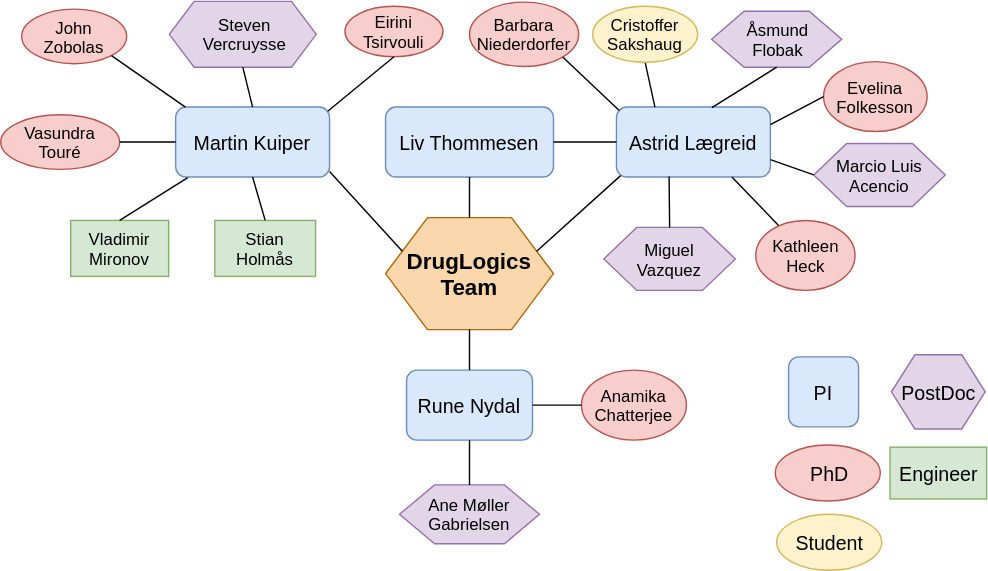
This is img/druglogics/druglogics_org.svg from bblodfon/r-pres, a draw.io export, as it was before one commit. Source tidied: cells renumbered, new cells last; positions are measured from the earlier drawing's top-left corner, leaving out a move shared by most shapes.
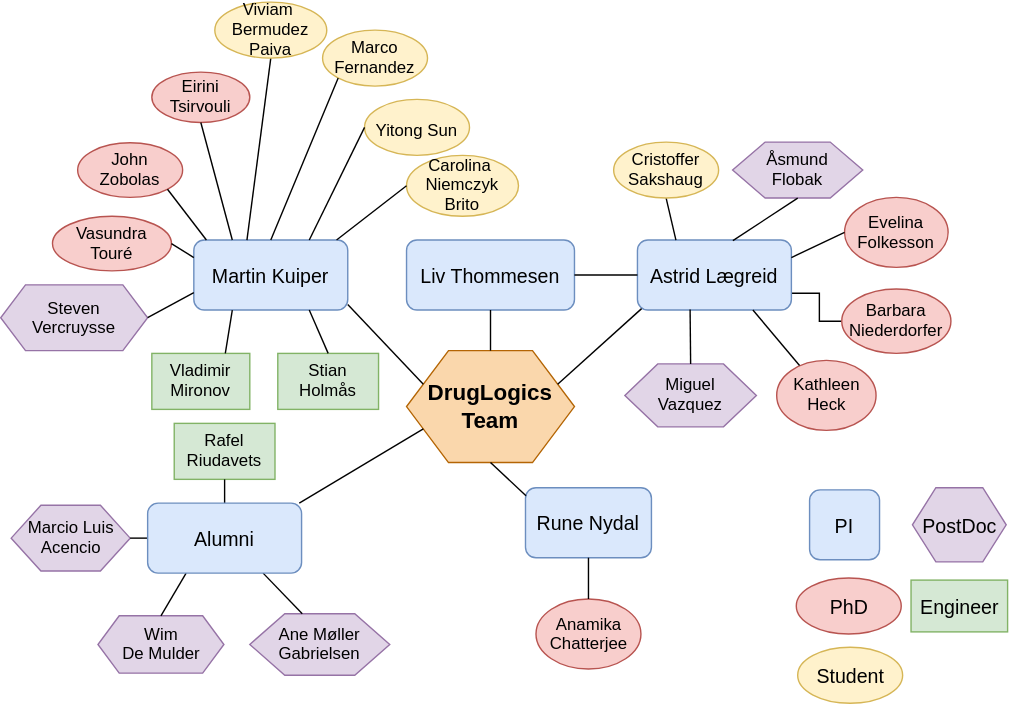
Above is the later version.

The edit, as a diff of the source:
```diff
@@ -15,22 +15,25 @@
       <mxGeometry x="636.5" y="253" width="67" height="53" as="geometry" />
     </mxCell>
     <mxCell id="6" value="&lt;font style=&quot;font-size: 14px&quot;&gt;Rune Nydal&lt;/font&gt;" style="rounded=1;whiteSpace=wrap;html=1;fillColor=#dae8fc;strokeColor=#6c8ebf;" parent="1" vertex="1">
-      <mxGeometry x="290" y="264" width="90" height="50" as="geometry" />
+      <mxGeometry x="360" y="253" width="90" height="50" as="geometry" />
     </mxCell>
     <mxCell id="7" value="&lt;font style=&quot;font-size: 14px&quot;&gt;Liv Thommesen&lt;/font&gt;" style="rounded=1;whiteSpace=wrap;html=1;fillColor=#dae8fc;strokeColor=#6c8ebf;" parent="1" vertex="1">
       <mxGeometry x="275" y="76" width="120" height="50" as="geometry" />
     </mxCell>
+    <mxCell id="36" style="edgeStyle=orthogonalEdgeStyle;rounded=0;jettySize=auto;html=1;exitX=1;exitY=0.75;exitDx=0;exitDy=0;entryX=0;entryY=0.5;entryDx=0;entryDy=0;endArrow=none;endFill=0;" parent="1" edge="1" source="8" target="20">
+      <mxGeometry relative="1" as="geometry" />
+    </mxCell>
     <mxCell id="8" value="&lt;font style=&quot;font-size: 14px&quot;&gt;Astrid&amp;nbsp;Lægreid&lt;/font&gt;" style="rounded=1;whiteSpace=wrap;html=1;fillColor=#dae8fc;strokeColor=#6c8ebf;" parent="1" vertex="1">
       <mxGeometry x="440" y="76" width="110" height="50" as="geometry" />
     </mxCell>
     <mxCell id="9" value="&lt;font style=&quot;font-size: 14px&quot;&gt;Martin Kuiper&lt;/font&gt;" style="rounded=1;whiteSpace=wrap;html=1;fillColor=#dae8fc;strokeColor=#6c8ebf;" parent="1" vertex="1">
-      <mxGeometry x="125" y="76" width="110" height="50" as="geometry" />
+      <mxGeometry x="123" y="76" width="110" height="50" as="geometry" />
     </mxCell>
     <mxCell id="10" value="&lt;font style=&quot;font-size: 12px;&quot;&gt;Stian Holmås&lt;/font&gt;" style="rounded=0;whiteSpace=wrap;html=1;fillColor=#d5e8d4;strokeColor=#82b366;fontSize=12;" parent="1" vertex="1">
-      <mxGeometry x="153" y="157" width="72" height="40" as="geometry" />
+      <mxGeometry x="183" y="157" width="72" height="40" as="geometry" />
     </mxCell>
     <mxCell id="11" value="&lt;font style=&quot;font-size: 12px;&quot;&gt;Vladimir Mironov&lt;/font&gt;" style="rounded=0;whiteSpace=wrap;html=1;fillColor=#d5e8d4;strokeColor=#82b366;fontSize=12;" parent="1" vertex="1">
-      <mxGeometry x="50" y="157" width="70" height="40" as="geometry" />
+      <mxGeometry x="93" y="157" width="70" height="40" as="geometry" />
     </mxCell>
     <mxCell id="12" value="&lt;font style=&quot;font-size: 16px&quot;&gt;&lt;b&gt;DrugLogics Team&lt;/b&gt;&lt;/font&gt;" style="shape=hexagon;perimeter=hexagonPerimeter2;whiteSpace=wrap;html=1;fillColor=#fad7ac;strokeColor=#b46504;" parent="1" vertex="1">
       <mxGeometry x="275" y="155" width="120" height="80" as="geometry" />
@@ -48,67 +51,64 @@
       <mxGeometry relative="1" as="geometry" />
     </mxCell>
     <mxCell id="17" value="&lt;span style=&quot;font-size: 12px&quot;&gt;John &lt;br&gt;Zobolas&lt;br style=&quot;font-size: 12px&quot;&gt;&lt;/span&gt;" style="ellipse;whiteSpace=wrap;html=1;fillColor=#f8cecc;strokeColor=#b85450;fontSize=12;" parent="1" vertex="1">
-      <mxGeometry x="15" y="6" width="75" height="39" as="geometry" />
+      <mxGeometry x="40" y="6.5" width="75" height="39" as="geometry" />
     </mxCell>
     <mxCell id="18" value="&lt;span style=&quot;font-size: 12px;&quot;&gt;Vasundra Touré&lt;/span&gt;&lt;span style=&quot;font-size: 12px;&quot;&gt;&lt;br style=&quot;font-size: 12px;&quot;&gt;&lt;/span&gt;" style="ellipse;whiteSpace=wrap;html=1;fillColor=#f8cecc;strokeColor=#b85450;fontSize=12;" parent="1" vertex="1">
-      <mxGeometry y="81.5" width="85" height="39" as="geometry" />
+      <mxGeometry x="22" y="59" width="85" height="39" as="geometry" />
     </mxCell>
     <mxCell id="19" value="&lt;span style=&quot;font-size: 12px&quot;&gt;Eirini &lt;br&gt;Tsirvouli&lt;/span&gt;&lt;span style=&quot;font-size: 12px&quot;&gt;&lt;br style=&quot;font-size: 12px&quot;&gt;&lt;/span&gt;" style="ellipse;whiteSpace=wrap;html=1;fillColor=#f8cecc;strokeColor=#b85450;fontSize=12;" parent="1" vertex="1">
-      <mxGeometry x="246" y="4" width="70" height="36" as="geometry" />
+      <mxGeometry x="93" y="-44" width="70" height="36" as="geometry" />
     </mxCell>
     <mxCell id="20" value="&lt;span style=&quot;font-size: 12px;&quot;&gt;Barbara Niederdorfer&lt;/span&gt;&lt;span style=&quot;font-size: 12px;&quot;&gt;&lt;br style=&quot;font-size: 12px;&quot;&gt;&lt;/span&gt;" style="ellipse;whiteSpace=wrap;html=1;fillColor=#f8cecc;strokeColor=#b85450;fontSize=12;" parent="1" vertex="1">
-      <mxGeometry x="335" y="1" width="78" height="46" as="geometry" />
+      <mxGeometry x="586" y="111" width="78" height="46" as="geometry" />
     </mxCell>
     <mxCell id="21" value="&lt;span style=&quot;font-size: 12px;&quot;&gt;Evelina Folkesson&lt;/span&gt;&lt;span style=&quot;font-size: 12px;&quot;&gt;&lt;br style=&quot;font-size: 12px;&quot;&gt;&lt;/span&gt;" style="ellipse;whiteSpace=wrap;html=1;fillColor=#f8cecc;strokeColor=#b85450;fontSize=12;" parent="1" vertex="1">
-      <mxGeometry x="588" y="43.5" width="74" height="50" as="geometry" />
+      <mxGeometry x="588" y="45.5" width="74" height="50" as="geometry" />
     </mxCell>
     <mxCell id="22" value="&lt;span style=&quot;font-size: 12px&quot;&gt;Kathleen &lt;br&gt;Heck&lt;/span&gt;&lt;span style=&quot;font-size: 12px&quot;&gt;&lt;br style=&quot;font-size: 12px&quot;&gt;&lt;/span&gt;" style="ellipse;whiteSpace=wrap;html=1;fillColor=#f8cecc;strokeColor=#b85450;fontSize=12;" parent="1" vertex="1">
-      <mxGeometry x="539.5" y="157" width="71" height="50" as="geometry" />
+      <mxGeometry x="539.5" y="162" width="71" height="50" as="geometry" />
     </mxCell>
     <mxCell id="23" value="&lt;span style=&quot;font-size: 12px;&quot;&gt;Anamika Chatterjee&lt;/span&gt;&lt;span style=&quot;font-size: 12px;&quot;&gt;&lt;br style=&quot;font-size: 12px;&quot;&gt;&lt;/span&gt;" style="ellipse;whiteSpace=wrap;html=1;fillColor=#f8cecc;strokeColor=#b85450;fontSize=12;" parent="1" vertex="1">
-      <mxGeometry x="415" y="264" width="75" height="50" as="geometry" />
+      <mxGeometry x="367.5" y="332.5" width="75" height="50" as="geometry" />
     </mxCell>
-    <mxCell id="24" style="endArrow=none;html=1;entryX=0.5;entryY=1;entryDx=0;entryDy=0;exitX=0.5;exitY=0;exitDx=0;exitDy=0;" parent="1" edge="1" source="6" target="12">
+    <mxCell id="24" style="endArrow=none;html=1;entryX=0.5;entryY=1;entryDx=0;entryDy=0;exitX=0.004;exitY=0.113;exitDx=0;exitDy=0;exitPerimeter=0;" parent="1" edge="1" source="6" target="12">
       <mxGeometry relative="1" as="geometry" />
     </mxCell>
     <mxCell id="25" value="&lt;font style=&quot;font-size: 12px&quot;&gt;Steven &lt;br&gt;Vercruysse&lt;/font&gt;" style="shape=hexagon;perimeter=hexagonPerimeter2;whiteSpace=wrap;html=1;fillColor=#e1d5e7;strokeColor=#9673a6;fontSize=12;size=0.16880131362889977;" parent="1" vertex="1">
-      <mxGeometry x="120.5" y="0.5" width="105" height="47" as="geometry" />
+      <mxGeometry x="-15" y="108" width="105" height="47" as="geometry" />
     </mxCell>
     <mxCell id="26" value="&lt;font style=&quot;font-size: 12px;&quot;&gt;Åsmund &lt;br style=&quot;font-size: 12px;&quot;&gt;Flobak&lt;/font&gt;" style="shape=hexagon;perimeter=hexagonPerimeter2;whiteSpace=wrap;html=1;fillColor=#e1d5e7;strokeColor=#9673a6;fontSize=12;" parent="1" vertex="1">
-      <mxGeometry x="508" y="7.5" width="93" height="40" as="geometry" />
+      <mxGeometry x="508" y="6" width="93" height="40" as="geometry" />
     </mxCell>
     <mxCell id="27" value="&lt;font style=&quot;font-size: 12px;&quot;&gt;Marcio Luis Acencio&lt;/font&gt;" style="shape=hexagon;perimeter=hexagonPerimeter2;whiteSpace=wrap;html=1;fillColor=#e1d5e7;strokeColor=#9673a6;fontSize=12;" parent="1" vertex="1">
-      <mxGeometry x="581" y="102" width="94" height="45" as="geometry" />
+      <mxGeometry x="-7.5" y="265.5" width="85" height="47" as="geometry" />
     </mxCell>
     <mxCell id="28" value="&lt;font style=&quot;font-size: 12px&quot;&gt;Miguel &lt;br style=&quot;font-size: 12px&quot;&gt;Vazquez&lt;/font&gt;" style="shape=hexagon;perimeter=hexagonPerimeter2;whiteSpace=wrap;html=1;fillColor=#e1d5e7;strokeColor=#9673a6;fontSize=12;" parent="1" vertex="1">
-      <mxGeometry x="431" y="162" width="94" height="45" as="geometry" />
+      <mxGeometry x="431" y="164.5" width="94" height="45" as="geometry" />
     </mxCell>
     <mxCell id="29" value="&lt;font style=&quot;font-size: 12px;&quot;&gt;Ane Møller Gabrielsen&lt;/font&gt;" style="shape=hexagon;perimeter=hexagonPerimeter2;whiteSpace=wrap;html=1;fillColor=#e1d5e7;strokeColor=#9673a6;fontSize=12;" parent="1" vertex="1">
-      <mxGeometry x="285" y="346" width="100" height="42" as="geometry" />
+      <mxGeometry x="163" y="343" width="100" height="44" as="geometry" />
     </mxCell>
-    <mxCell id="30" style="endArrow=none;html=1;fontSize=12;entryX=0.5;entryY=0;entryDx=0;entryDy=0;exitX=0.5;exitY=1;exitDx=0;exitDy=0;" parent="1" edge="1" source="9" target="10">
+    <mxCell id="30" style="endArrow=none;html=1;fontSize=12;entryX=0.5;entryY=0;entryDx=0;entryDy=0;exitX=0.75;exitY=1;exitDx=0;exitDy=0;" parent="1" edge="1" source="9" target="10">
       <mxGeometry relative="1" as="geometry" />
     </mxCell>
-    <mxCell id="31" style="endArrow=none;html=1;fontSize=12;exitX=0.5;exitY=0;exitDx=0;exitDy=0;entryX=0.079;entryY=1.007;entryDx=0;entryDy=0;entryPerimeter=0;" parent="1" edge="1" source="11" target="9">
+    <mxCell id="31" style="endArrow=none;html=1;fontSize=12;exitX=0.75;exitY=0;exitDx=0;exitDy=0;entryX=0.25;entryY=1;entryDx=0;entryDy=0;" parent="1" edge="1" source="11" target="9">
       <mxGeometry relative="1" as="geometry" />
     </mxCell>
-    <mxCell id="32" style="endArrow=none;html=1;fontSize=12;entryX=1;entryY=0.5;entryDx=0;entryDy=0;exitX=0;exitY=0.5;exitDx=0;exitDy=0;" parent="1" edge="1" source="9" target="18">
+    <mxCell id="32" style="endArrow=none;html=1;fontSize=12;entryX=1;entryY=0.5;entryDx=0;entryDy=0;exitX=0;exitY=0.25;exitDx=0;exitDy=0;" parent="1" edge="1" source="9" target="18">
       <mxGeometry relative="1" as="geometry" />
     </mxCell>
-    <mxCell id="33" style="endArrow=none;html=1;fontSize=12;entryX=0.5;entryY=1;entryDx=0;entryDy=0;exitX=0.5;exitY=0;exitDx=0;exitDy=0;" parent="1" edge="1" source="9" target="25">
+    <mxCell id="33" style="endArrow=none;html=1;fontSize=12;entryX=1;entryY=0.5;entryDx=0;entryDy=0;exitX=0;exitY=0.75;exitDx=0;exitDy=0;" parent="1" edge="1" source="9" target="25">
       <mxGeometry relative="1" as="geometry" />
     </mxCell>
-    <mxCell id="34" style="endArrow=none;html=1;fontSize=12;entryX=1;entryY=1;entryDx=0;entryDy=0;" parent="1" edge="1" target="17">
-      <mxGeometry relative="1" as="geometry">
-        <mxPoint x="132" y="76" as="sourcePoint" />
-      </mxGeometry>
-    </mxCell>
+    <mxCell id="47" style="endArrow=none;html=1;fontSize=12;entryX=1;entryY=1;entryDx=0;entryDy=0;" parent="1" edge="1" target="17">
+      <mxGeometry relative="1" as="geometry">
+        <mxPoint x="132" y="76" as="sourcePoint" />
+      </mxGeometry>
+    </mxCell>
-    <mxCell id="35" style="endArrow=none;html=1;fontSize=12;entryX=0.5;entryY=1;entryDx=0;entryDy=0;exitX=0.988;exitY=0.06;exitDx=0;exitDy=0;exitPerimeter=0;" parent="1" edge="1" source="9" target="19">
+    <mxCell id="35" style="endArrow=none;html=1;fontSize=12;entryX=0.5;entryY=1;entryDx=0;entryDy=0;exitX=0.25;exitY=0;exitDx=0;exitDy=0;" parent="1" edge="1" source="9" target="19">
       <mxGeometry relative="1" as="geometry" />
     </mxCell>
-    <mxCell id="36" style="endArrow=none;html=1;fontSize=12;entryX=1;entryY=1;entryDx=0;entryDy=0;exitX=0.018;exitY=0.05;exitDx=0;exitDy=0;exitPerimeter=0;" parent="1" edge="1" source="8" target="20">
-      <mxGeometry relative="1" as="geometry" />
-    </mxCell>
     <mxCell id="37" style="endArrow=none;html=1;fontSize=12;entryX=0.5;entryY=1;entryDx=0;entryDy=0;exitX=0.25;exitY=0;exitDx=0;exitDy=0;" parent="1" edge="1" source="8" target="39">
       <mxGeometry relative="1" as="geometry" />
     </mxCell>
@@ -116,7 +116,7 @@
       <mxGeometry x="554.5" y="367" width="75" height="40" as="geometry" />
     </mxCell>
     <mxCell id="39" value="Cristoffer Sakshaug" style="ellipse;whiteSpace=wrap;html=1;fillColor=#fff2cc;strokeColor=#d6b656;" parent="1" vertex="1">
-      <mxGeometry x="423" y="4" width="75" height="40" as="geometry" />
+      <mxGeometry x="423" y="6" width="75" height="40" as="geometry" />
     </mxCell>
     <mxCell id="40" style="endArrow=none;html=1;fontSize=12;entryX=0.5;entryY=1;entryDx=0;entryDy=0;exitX=0.62;exitY=0.009;exitDx=0;exitDy=0;exitPerimeter=0;" parent="1" edge="1" source="8" target="26">
       <mxGeometry relative="1" as="geometry" />
@@ -124,20 +124,64 @@
     <mxCell id="41" style="endArrow=none;html=1;fontSize=12;entryX=0;entryY=0.5;entryDx=0;entryDy=0;exitX=1;exitY=0.25;exitDx=0;exitDy=0;" parent="1" edge="1" source="8" target="21">
       <mxGeometry relative="1" as="geometry" />
     </mxCell>
-    <mxCell id="42" style="endArrow=none;html=1;fontSize=12;entryX=0;entryY=0.5;entryDx=0;entryDy=0;exitX=1;exitY=0.75;exitDx=0;exitDy=0;" parent="1" edge="1" source="8" target="27">
-      <mxGeometry relative="1" as="geometry" />
-    </mxCell>
+    <mxCell id="48" style="endArrow=none;html=1;fontSize=12;entryX=1;entryY=0.5;entryDx=0;entryDy=0;exitX=0;exitY=0.5;exitDx=0;exitDy=0;" parent="1" edge="1" source="54" target="27">
+      <mxGeometry relative="1" as="geometry" />
+    </mxCell>
     <mxCell id="43" style="endArrow=none;html=1;fontSize=12;entryX=0.23;entryY=0.072;entryDx=0;entryDy=0;entryPerimeter=0;exitX=0.75;exitY=1;exitDx=0;exitDy=0;" parent="1" edge="1" source="8" target="22">
       <mxGeometry relative="1" as="geometry" />
     </mxCell>
-    <mxCell id="44" style="endArrow=none;html=1;fontSize=12;entryX=0;entryY=0.5;entryDx=0;entryDy=0;exitX=1;exitY=0.5;exitDx=0;exitDy=0;" parent="1" edge="1" source="6" target="23">
+    <mxCell id="44" style="endArrow=none;html=1;fontSize=12;entryX=0.5;entryY=0;entryDx=0;entryDy=0;exitX=0.5;exitY=1;exitDx=0;exitDy=0;" parent="1" edge="1" source="6" target="23">
       <mxGeometry relative="1" as="geometry" />
     </mxCell>
     <mxCell id="45" style="endArrow=none;html=1;fontSize=12;entryX=0.5;entryY=0;entryDx=0;entryDy=0;exitX=0.342;exitY=0.992;exitDx=0;exitDy=0;exitPerimeter=0;" parent="1" edge="1" source="8" target="28">
       <mxGeometry relative="1" as="geometry" />
     </mxCell>
-    <mxCell id="46" style="endArrow=none;html=1;fontSize=12;entryX=0.5;entryY=0;entryDx=0;entryDy=0;exitX=0.5;exitY=1;exitDx=0;exitDy=0;" parent="1" edge="1" source="6" target="29">
-      <mxGeometry relative="1" as="geometry" />
-    </mxCell>
+    <mxCell id="49" style="endArrow=none;html=1;fontSize=12;entryX=0.375;entryY=0;entryDx=0;entryDy=0;exitX=0.75;exitY=1;exitDx=0;exitDy=0;" parent="1" edge="1" source="54" target="29">
+      <mxGeometry relative="1" as="geometry" />
+    </mxCell>
+    <mxCell id="50" value="Rafel Riudavets" style="rounded=0;whiteSpace=wrap;html=1;fillColor=#d5e8d4;strokeColor=#82b366;fontSize=12;" parent="1" vertex="1">
+      <mxGeometry x="109" y="207" width="72" height="40" as="geometry" />
+    </mxCell>
+    <mxCell id="51" value="&lt;div&gt;Wim &lt;br&gt;&lt;/div&gt;&lt;div&gt;De Mulder&lt;/div&gt;" style="shape=hexagon;perimeter=hexagonPerimeter2;whiteSpace=wrap;html=1;fillColor=#e1d5e7;strokeColor=#9673a6;fontSize=12;size=0.16880131362889977;" parent="1" vertex="1">
+      <mxGeometry x="54.5" y="344.5" width="90" height="41" as="geometry" />
+    </mxCell>
+    <mxCell id="52" style="endArrow=none;html=1;fontSize=12;exitX=0.25;exitY=1;exitDx=0;exitDy=0;entryX=0.5;entryY=0;entryDx=0;entryDy=0;" parent="1" edge="1" source="54" target="51">
+      <mxGeometry relative="1" as="geometry" />
+    </mxCell>
+    <mxCell id="53" style="endArrow=none;html=1;fontSize=12;exitX=0.5;exitY=1;exitDx=0;exitDy=0;entryX=0.5;entryY=0;entryDx=0;entryDy=0;" parent="1" edge="1" source="50" target="54">
+      <mxGeometry relative="1" as="geometry" />
+    </mxCell>
+    <mxCell id="54" value="&lt;span style=&quot;font-size: 14px&quot;&gt;Alumni&lt;/span&gt;" style="rounded=1;whiteSpace=wrap;html=1;fillColor=#dae8fc;strokeColor=#6c8ebf;" parent="1" vertex="1">
+      <mxGeometry x="90" y="264" width="110" height="50" as="geometry" />
+    </mxCell>
+    <mxCell id="55" style="endArrow=none;html=1;exitX=0;exitY=0.75;exitDx=0;exitDy=0;entryX=0.985;entryY=0;entryDx=0;entryDy=0;entryPerimeter=0;" parent="1" edge="1" source="12" target="54">
+      <mxGeometry relative="1" as="geometry" />
+    </mxCell>
+    <mxCell id="56" style="endArrow=none;html=1;fontSize=12;entryX=0.5;entryY=1;entryDx=0;entryDy=0;exitX=0.345;exitY=0;exitDx=0;exitDy=0;exitPerimeter=0;" parent="1" edge="1" source="9" target="57">
+      <mxGeometry relative="1" as="geometry" />
+    </mxCell>
+    <mxCell id="57" value="&lt;div&gt;&lt;span&gt;Viviam&amp;nbsp;&lt;/span&gt;&lt;/div&gt;&lt;div&gt;&lt;span&gt;Bermudez&lt;/span&gt;&lt;/div&gt;&lt;div&gt;&lt;span&gt;Paiva&lt;/span&gt;&lt;/div&gt;" style="ellipse;whiteSpace=wrap;html=1;fillColor=#fff2cc;strokeColor=#d6b656;" parent="1" vertex="1">
+      <mxGeometry x="138" y="-94" width="80" height="40" as="geometry" />
+    </mxCell>
+    <mxCell id="58" value="&lt;div&gt;&lt;span&gt;Marco Fernandez&lt;/span&gt;&lt;/div&gt;" style="ellipse;whiteSpace=wrap;html=1;fillColor=#fff2cc;strokeColor=#d6b656;align=center;" parent="1" vertex="1">
+      <mxGeometry x="215" y="-74" width="75" height="40" as="geometry" />
+    </mxCell>
+    <mxCell id="59" value="&lt;div&gt;&lt;span&gt;Carolina&amp;nbsp;&lt;/span&gt;&lt;/div&gt;&lt;span&gt;Niemczyk Brito&lt;/span&gt;" style="ellipse;whiteSpace=wrap;html=1;fillColor=#fff2cc;strokeColor=#d6b656;align=center;" parent="1" vertex="1">
+      <mxGeometry x="275" y="15.5" width="80" height="43.5" as="geometry" />
+    </mxCell>
+    <mxCell id="60" value="&lt;div&gt;&lt;span&gt;Yitong Sun&lt;/span&gt;&lt;/div&gt;" style="ellipse;whiteSpace=wrap;html=1;fillColor=#fff2cc;strokeColor=#d6b656;align=center;" parent="1" vertex="1">
+      <mxGeometry x="245" y="-24.5" width="75" height="40" as="geometry" />
+    </mxCell>
+    <mxCell id="61" style="endArrow=none;html=1;fontSize=12;entryX=0;entryY=1;entryDx=0;entryDy=0;exitX=0.5;exitY=0;exitDx=0;exitDy=0;" parent="1" edge="1" source="9" target="58">
+      <mxGeometry relative="1" as="geometry" />
+    </mxCell>
+    <mxCell id="62" style="endArrow=none;html=1;fontSize=12;entryX=0;entryY=0.5;entryDx=0;entryDy=0;exitX=0.75;exitY=0;exitDx=0;exitDy=0;" parent="1" edge="1" source="9" target="60">
+      <mxGeometry relative="1" as="geometry" />
+    </mxCell>
+    <mxCell id="63" style="endArrow=none;html=1;fontSize=12;entryX=0;entryY=0.5;entryDx=0;entryDy=0;" parent="1" edge="1" target="59">
+      <mxGeometry relative="1" as="geometry">
+        <mxPoint x="225" y="76" as="sourcePoint" />
+      </mxGeometry>
+    </mxCell>
   </root>
 </mxGraphModel>
```
